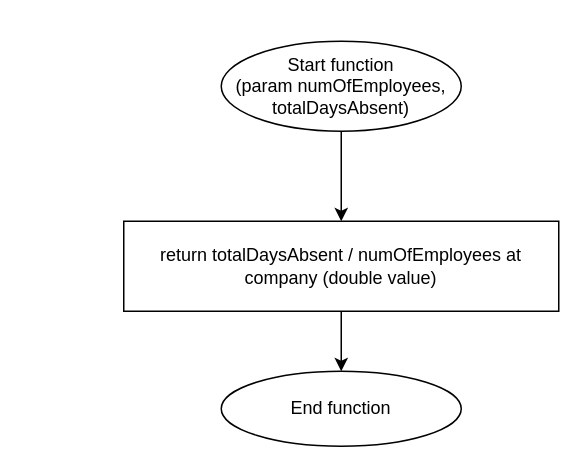
ArminRezz/CMSC_140 keeps this draw.io diagram as page "AverageAbsent" (4 of 4) of Flowcharts/Project_4_flowchart.drawio. Above is the earlier version. Source tidied: cells renumbered, new cells numbered last; positions are measured from the earlier drawing's top-left corner, leaving out a move shared by most shapes. Both pictures are drawn from the tidied source at 150%, with x=0, y=0 at pixel (123, 40).
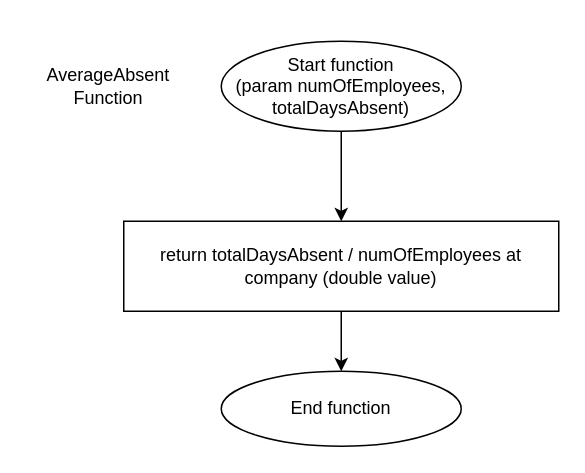
Above is the later version.

Change to the diagram source:
```diff
@@
 <mxGraphModel>
   <root>
     <mxCell id="0" />
     <mxCell id="1" parent="0" />
     <mxCell id="2" style="edgeStyle=orthogonalEdgeStyle;rounded=0;jettySize=auto;html=1;" parent="1" edge="1" source="3">
       <mxGeometry relative="1" as="geometry">
         <mxPoint x="145" y="120" as="targetPoint" />
       </mxGeometry>
     </mxCell>
     <mxCell id="3" value="Start function&lt;br&gt;(param numOfEmployees,&lt;br&gt;totalDaysAbsent)" style="ellipse;whiteSpace=wrap;html=1;" parent="1" vertex="1">
       <mxGeometry x="65" width="160" height="60" as="geometry" />
     </mxCell>
     <mxCell id="4" style="edgeStyle=orthogonalEdgeStyle;rounded=0;jettySize=auto;html=1;" parent="1" edge="1" source="5">
       <mxGeometry relative="1" as="geometry">
         <mxPoint x="145" y="220" as="targetPoint" />
       </mxGeometry>
     </mxCell>
     <mxCell id="5" value="return totalDaysAbsent / numOfEmployees at company (double value)" style="whiteSpace=wrap;html=1;" parent="1" vertex="1">
       <mxGeometry y="120" width="290" height="60" as="geometry" />
     </mxCell>
     <mxCell id="6" value="End function" style="ellipse;whiteSpace=wrap;html=1;" parent="1" vertex="1">
       <mxGeometry x="65" y="220" width="160" height="50" as="geometry" />
     </mxCell>
+    <mxCell id="7" value="AverageAbsent Function" style="text;html=1;strokeColor=none;fillColor=none;align=center;verticalAlign=middle;whiteSpace=wrap;rounded=0;" parent="1" vertex="1">
+      <mxGeometry x="-65" y="-10" width="110" height="80" as="geometry" />
+    </mxCell>
   </root>
 </mxGraphModel>
```
